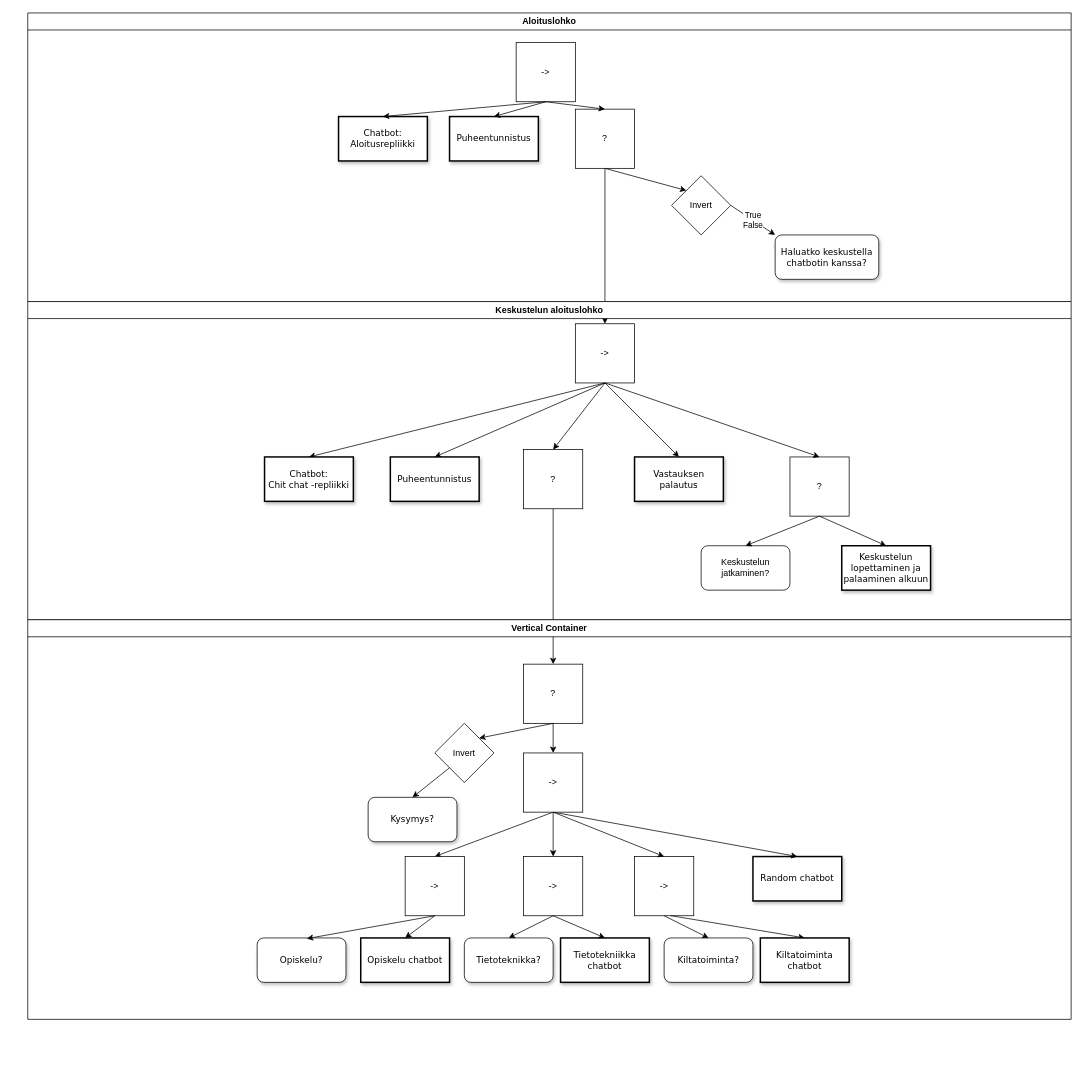
Before: Behavior_tree.drawio in ouspg/SOP-Robot, a draw.io diagram. Source tidied: cells renumbered, new cells numbered last; positions are measured from the earlier drawing's top-left corner, leaving out a move shared by most shapes. Both pictures are drawn from the tidied source at 74%, with x=0, y=0 at pixel (27, 13).
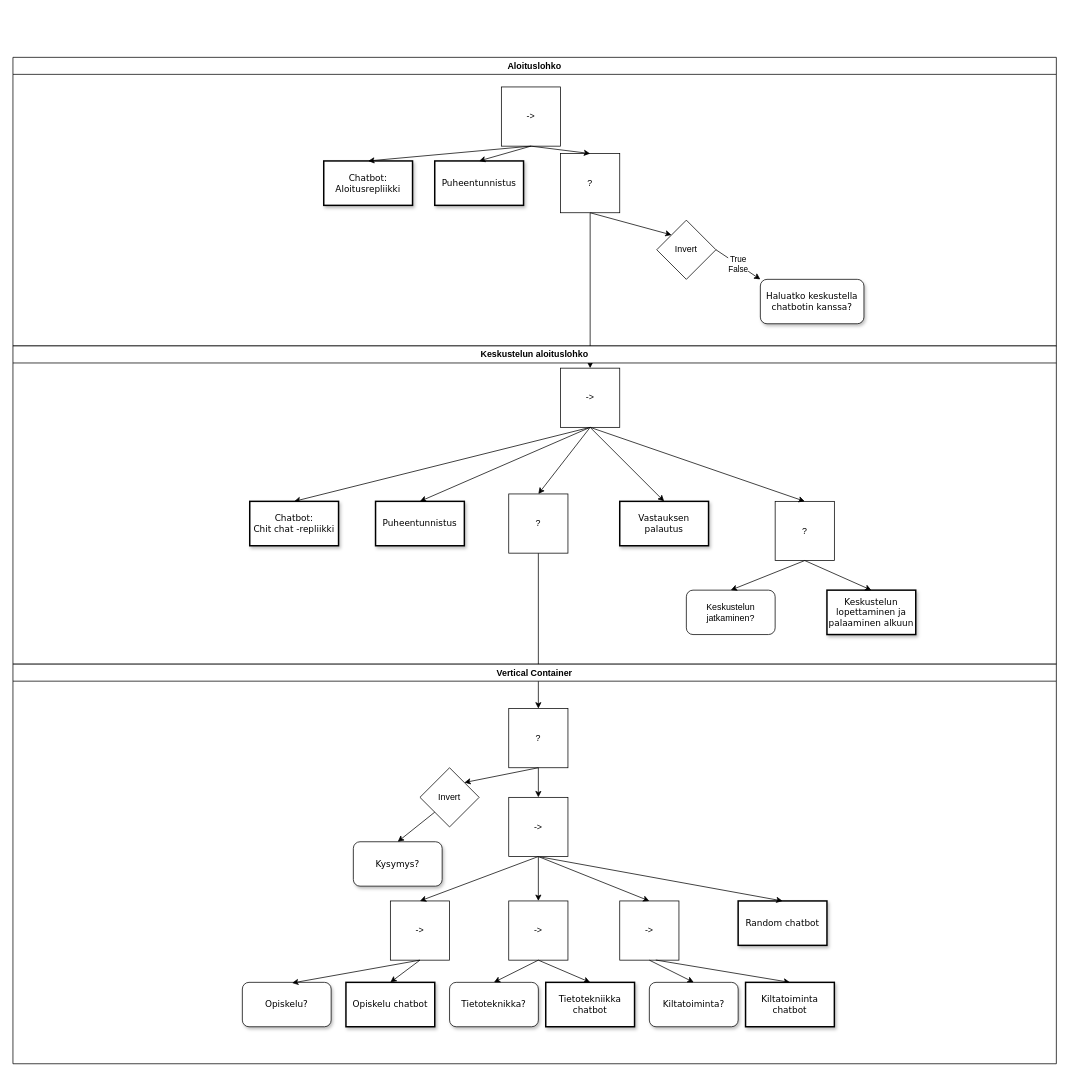
The same page after the edit.

Unchanged cells that the change refers to:
```xml
<mxCell id="42" value="?" style="whiteSpace=wrap;html=1;" parent="39" vertex="1">
  <mxGeometry x="740" y="130" width="80" height="80" as="geometry" />
</mxCell>
<mxCell id="55" value="&lt;span&gt;Puheentunnistus&lt;/span&gt;" style="whiteSpace=wrap;html=1;rounded=0;shadow=1;labelBackgroundColor=none;strokeWidth=2;fontFamily=Verdana;fontSize=12;align=center;" parent="54" vertex="1">
  <mxGeometry x="490" y="210" width="120" height="60" as="geometry" />
</mxCell>
<mxCell id="56" value="?" style="whiteSpace=wrap;html=1;" parent="54" vertex="1">
  <mxGeometry x="670" y="200" width="80" height="80" as="geometry" />
</mxCell>
<mxCell id="57" value="&lt;span&gt;Vastauksen palautus&lt;/span&gt;" style="whiteSpace=wrap;html=1;rounded=0;shadow=1;labelBackgroundColor=none;strokeWidth=2;fontFamily=Verdana;fontSize=12;align=center;" parent="54" vertex="1">
  <mxGeometry x="820" y="210" width="120" height="60" as="geometry" />
</mxCell>
<mxCell id="58" value="Chatbot:&lt;br&gt;Chit chat -repliikki" style="whiteSpace=wrap;html=1;rounded=0;shadow=1;labelBackgroundColor=none;strokeWidth=2;fontFamily=Verdana;fontSize=12;align=center;" parent="54" vertex="1">
  <mxGeometry x="320" y="210" width="120" height="60" as="geometry" />
</mxCell>
```

Diff of the diagram source:
```diff
@@
+    <mxCell id="60" style="group;" parent="1" vertex="1">
+      <mxGeometry x="-20" y="60" width="1410" height="1360" as="geometry" />
+    </mxCell>
-    <mxCell id="2" value="-&amp;gt;" style="whiteSpace=wrap;html=1;" parent="1" vertex="1">
+    <mxCell id="2" value="-&amp;gt;" style="whiteSpace=wrap;html=1;" parent="60" vertex="1">
       <mxGeometry x="740" y="420" width="80" height="80" as="geometry" />
     </mxCell>
-    <mxCell id="3" value="Kysymys?" style="whiteSpace=wrap;html=1;rounded=1;shadow=1;labelBackgroundColor=none;strokeWidth=1;fontFamily=Verdana;fontSize=12;align=center;" parent="1" vertex="1">
+    <mxCell id="3" value="Kysymys?" style="whiteSpace=wrap;html=1;rounded=1;shadow=1;labelBackgroundColor=none;strokeWidth=1;fontFamily=Verdana;fontSize=12;align=center;" parent="60" vertex="1">
       <mxGeometry x="460" y="1060" width="120" height="60" as="geometry" />
     </mxCell>
-    <mxCell id="4" style="endArrow=classic;html=1;rounded=0;entryX=0.5;entryY=0;entryDx=0;entryDy=0;exitX=0.5;exitY=1;exitDx=0;exitDy=0;" parent="1" edge="1" source="33" target="8">
-      <mxGeometry relative="1" as="geometry" />
-    </mxCell>
-    <mxCell id="5" value="&lt;span&gt;Opiskelu?&lt;/span&gt;" style="whiteSpace=wrap;html=1;rounded=1;shadow=1;labelBackgroundColor=none;strokeWidth=1;fontFamily=Verdana;fontSize=12;align=center;" parent="1" vertex="1">
+    <mxCell id="5" value="&lt;span&gt;Opiskelu?&lt;/span&gt;" style="whiteSpace=wrap;html=1;rounded=1;shadow=1;labelBackgroundColor=none;strokeWidth=1;fontFamily=Verdana;fontSize=12;align=center;" parent="60" vertex="1">
       <mxGeometry x="310" y="1250" width="120" height="60" as="geometry" />
     </mxCell>
-    <mxCell id="6" value="&lt;span&gt;Tietoteknikka?&lt;/span&gt;" style="whiteSpace=wrap;html=1;rounded=1;shadow=1;labelBackgroundColor=none;strokeWidth=1;fontFamily=Verdana;fontSize=12;align=center;" parent="1" vertex="1">
+    <mxCell id="6" value="&lt;span&gt;Tietoteknikka?&lt;/span&gt;" style="whiteSpace=wrap;html=1;rounded=1;shadow=1;labelBackgroundColor=none;strokeWidth=1;fontFamily=Verdana;fontSize=12;align=center;" parent="60" vertex="1">
       <mxGeometry x="590" y="1250" width="120" height="60" as="geometry" />
     </mxCell>
-    <mxCell id="7" value="&lt;span&gt;Kiltatoiminta?&lt;/span&gt;" style="whiteSpace=wrap;html=1;rounded=1;shadow=1;labelBackgroundColor=none;strokeWidth=1;fontFamily=Verdana;fontSize=12;align=center;" parent="1" vertex="1">
+    <mxCell id="7" value="&lt;span&gt;Kiltatoiminta?&lt;/span&gt;" style="whiteSpace=wrap;html=1;rounded=1;shadow=1;labelBackgroundColor=none;strokeWidth=1;fontFamily=Verdana;fontSize=12;align=center;" parent="60" vertex="1">
       <mxGeometry x="860" y="1250" width="120" height="60" as="geometry" />
     </mxCell>
-    <mxCell id="8" value="-&amp;gt;" style="whiteSpace=wrap;html=1;" parent="1" vertex="1">
+    <mxCell id="8" value="-&amp;gt;" style="whiteSpace=wrap;html=1;" parent="60" vertex="1">
       <mxGeometry x="510" y="1140" width="80" height="80" as="geometry" />
     </mxCell>
-    <mxCell id="9" style="endArrow=classic;html=1;rounded=0;entryX=0.56;entryY=0.015;entryDx=0;entryDy=0;entryPerimeter=0;exitX=0.5;exitY=1;exitDx=0;exitDy=0;" parent="1" edge="1" source="8" target="5">
+    <mxCell id="9" style="endArrow=classic;html=1;rounded=0;entryX=0.56;entryY=0.015;entryDx=0;entryDy=0;entryPerimeter=0;exitX=0.5;exitY=1;exitDx=0;exitDy=0;" parent="60" edge="1" source="8" target="5">
       <mxGeometry relative="1" as="geometry" />
     </mxCell>
-    <mxCell id="10" value="Opiskelu chatbot" style="whiteSpace=wrap;html=1;rounded=0;shadow=1;labelBackgroundColor=none;strokeWidth=2;fontFamily=Verdana;fontSize=12;align=center;" parent="1" vertex="1">
+    <mxCell id="10" value="Opiskelu chatbot" style="whiteSpace=wrap;html=1;rounded=0;shadow=1;labelBackgroundColor=none;strokeWidth=2;fontFamily=Verdana;fontSize=12;align=center;" parent="60" vertex="1">
       <mxGeometry x="450" y="1250" width="120" height="60" as="geometry" />
     </mxCell>
-    <mxCell id="11" style="endArrow=classic;html=1;rounded=0;entryX=0.5;entryY=0;entryDx=0;entryDy=0;exitX=0.5;exitY=1;exitDx=0;exitDy=0;" parent="1" edge="1" source="8" target="10">
+    <mxCell id="11" style="endArrow=classic;html=1;rounded=0;entryX=0.5;entryY=0;entryDx=0;entryDy=0;exitX=0.5;exitY=1;exitDx=0;exitDy=0;" parent="60" edge="1" source="8" target="10">
       <mxGeometry relative="1" as="geometry" />
     </mxCell>
-    <mxCell id="12" value="-&amp;gt;" style="whiteSpace=wrap;html=1;" parent="1" vertex="1">
+    <mxCell id="12" value="-&amp;gt;" style="whiteSpace=wrap;html=1;" parent="60" vertex="1">
       <mxGeometry x="670" y="1140" width="80" height="80" as="geometry" />
     </mxCell>
-    <mxCell id="13" style="endArrow=classic;html=1;rounded=0;entryX=0.5;entryY=0;entryDx=0;entryDy=0;exitX=0.5;exitY=1;exitDx=0;exitDy=0;" parent="1" edge="1" source="12" target="6">
+    <mxCell id="13" style="endArrow=classic;html=1;rounded=0;entryX=0.5;entryY=0;entryDx=0;entryDy=0;exitX=0.5;exitY=1;exitDx=0;exitDy=0;" parent="60" edge="1" source="12" target="6">
       <mxGeometry relative="1" as="geometry" />
     </mxCell>
-    <mxCell id="14" value="Tietotekniikka chatbot" style="whiteSpace=wrap;html=1;rounded=0;shadow=1;labelBackgroundColor=none;strokeWidth=2;fontFamily=Verdana;fontSize=12;align=center;" parent="1" vertex="1">
+    <mxCell id="14" value="Tietotekniikka chatbot" style="whiteSpace=wrap;html=1;rounded=0;shadow=1;labelBackgroundColor=none;strokeWidth=2;fontFamily=Verdana;fontSize=12;align=center;" parent="60" vertex="1">
       <mxGeometry x="720" y="1250" width="120" height="60" as="geometry" />
     </mxCell>
-    <mxCell id="15" style="endArrow=classic;html=1;rounded=0;entryX=0.5;entryY=0;entryDx=0;entryDy=0;" parent="1" edge="1" target="14">
+    <mxCell id="15" style="endArrow=classic;html=1;rounded=0;entryX=0.5;entryY=0;entryDx=0;entryDy=0;" parent="60" edge="1" target="14">
       <mxGeometry relative="1" as="geometry">
         <mxPoint x="710" y="1220" as="sourcePoint" />
       </mxGeometry>
     </mxCell>
-    <mxCell id="16" style="endArrow=classic;html=1;rounded=0;exitX=0.5;exitY=1;exitDx=0;exitDy=0;entryX=0.5;entryY=0;entryDx=0;entryDy=0;" parent="1" edge="1" source="33" target="12">
+    <mxCell id="16" style="endArrow=classic;html=1;rounded=0;exitX=0.5;exitY=1;exitDx=0;exitDy=0;entryX=0.5;entryY=0;entryDx=0;entryDy=0;" parent="60" edge="1" source="33" target="12">
       <mxGeometry relative="1" as="geometry" />
     </mxCell>
-    <mxCell id="17" value="-&amp;gt;" style="whiteSpace=wrap;html=1;" parent="1" vertex="1">
+    <mxCell id="17" value="-&amp;gt;" style="whiteSpace=wrap;html=1;" parent="60" vertex="1">
       <mxGeometry x="820" y="1140" width="80" height="80" as="geometry" />
     </mxCell>
-    <mxCell id="18" style="endArrow=classic;html=1;rounded=0;entryX=0.5;entryY=0;entryDx=0;entryDy=0;exitX=0.5;exitY=1;exitDx=0;exitDy=0;" parent="1" edge="1" source="33" target="17">
+    <mxCell id="18" style="endArrow=classic;html=1;rounded=0;entryX=0.5;entryY=0;entryDx=0;entryDy=0;exitX=0.5;exitY=1;exitDx=0;exitDy=0;" parent="60" edge="1" source="33" target="17">
       <mxGeometry relative="1" as="geometry" />
     </mxCell>
-    <mxCell id="19" style="endArrow=classic;html=1;rounded=0;exitX=0.5;exitY=1;exitDx=0;exitDy=0;entryX=0.5;entryY=0;entryDx=0;entryDy=0;" parent="1" edge="1" source="17" target="7">
+    <mxCell id="19" style="endArrow=classic;html=1;rounded=0;exitX=0.5;exitY=1;exitDx=0;exitDy=0;entryX=0.5;entryY=0;entryDx=0;entryDy=0;" parent="60" edge="1" source="17" target="7">
       <mxGeometry relative="1" as="geometry" />
     </mxCell>
-    <mxCell id="20" style="endArrow=classic;html=1;rounded=0;exitX=0.609;exitY=0.998;exitDx=0;exitDy=0;exitPerimeter=0;entryX=0.5;entryY=0;entryDx=0;entryDy=0;" parent="1" edge="1" source="17" target="21">
+    <mxCell id="20" style="endArrow=classic;html=1;rounded=0;exitX=0.609;exitY=0.998;exitDx=0;exitDy=0;exitPerimeter=0;entryX=0.5;entryY=0;entryDx=0;entryDy=0;" parent="60" edge="1" source="17" target="21">
       <mxGeometry relative="1" as="geometry" />
     </mxCell>
-    <mxCell id="21" value="&lt;span&gt;Kiltatoiminta chatbot&lt;/span&gt;" style="whiteSpace=wrap;html=1;rounded=0;shadow=1;labelBackgroundColor=none;strokeWidth=2;fontFamily=Verdana;fontSize=12;align=center;" parent="1" vertex="1">
+    <mxCell id="21" value="&lt;span&gt;Kiltatoiminta chatbot&lt;/span&gt;" style="whiteSpace=wrap;html=1;rounded=0;shadow=1;labelBackgroundColor=none;strokeWidth=2;fontFamily=Verdana;fontSize=12;align=center;" parent="60" vertex="1">
       <mxGeometry x="990" y="1250" width="120" height="60" as="geometry" />
     </mxCell>
-    <mxCell id="22" value="&lt;span&gt;Random chatbot&lt;/span&gt;" style="whiteSpace=wrap;html=1;rounded=0;shadow=1;labelBackgroundColor=none;strokeWidth=2;fontFamily=Verdana;fontSize=12;align=center;" parent="1" vertex="1">
+    <mxCell id="22" value="&lt;span&gt;Random chatbot&lt;/span&gt;" style="whiteSpace=wrap;html=1;rounded=0;shadow=1;labelBackgroundColor=none;strokeWidth=2;fontFamily=Verdana;fontSize=12;align=center;" parent="60" vertex="1">
       <mxGeometry x="980" y="1140" width="120" height="60" as="geometry" />
     </mxCell>
-    <mxCell id="23" style="endArrow=classic;html=1;rounded=0;exitX=0.5;exitY=1;exitDx=0;exitDy=0;entryX=0.5;entryY=0;entryDx=0;entryDy=0;" parent="1" edge="1" source="33" target="22">
+    <mxCell id="23" style="endArrow=classic;html=1;rounded=0;exitX=0.5;exitY=1;exitDx=0;exitDy=0;entryX=0.5;entryY=0;entryDx=0;entryDy=0;" parent="60" edge="1" source="33" target="22">
       <mxGeometry relative="1" as="geometry" />
     </mxCell>
-    <mxCell id="24" style="endArrow=classic;html=1;rounded=0;entryX=0.5;entryY=0;entryDx=0;entryDy=0;exitX=0.5;exitY=1;exitDx=0;exitDy=0;" parent="1" edge="1" source="2" target="55">
+    <mxCell id="24" style="endArrow=classic;html=1;rounded=0;entryX=0.5;entryY=0;entryDx=0;entryDy=0;exitX=0.5;exitY=1;exitDx=0;exitDy=0;" parent="60" edge="1" source="2" target="55">
       <mxGeometry relative="1" as="geometry" />
     </mxCell>
-    <mxCell id="25" style="endArrow=classic;html=1;rounded=0;entryX=0.5;entryY=0;entryDx=0;entryDy=0;exitX=0.5;exitY=1;exitDx=0;exitDy=0;" parent="1" edge="1" source="2" target="56">
+    <mxCell id="25" style="endArrow=classic;html=1;rounded=0;entryX=0.5;entryY=0;entryDx=0;entryDy=0;exitX=0.5;exitY=1;exitDx=0;exitDy=0;" parent="60" edge="1" source="2" target="56">
       <mxGeometry relative="1" as="geometry" />
     </mxCell>
-    <mxCell id="26" style="endArrow=classic;html=1;rounded=0;exitX=0.5;exitY=1;exitDx=0;exitDy=0;entryX=0.5;entryY=0;entryDx=0;entryDy=0;" parent="1" edge="1" source="2" target="57">
+    <mxCell id="26" style="endArrow=classic;html=1;rounded=0;exitX=0.5;exitY=1;exitDx=0;exitDy=0;entryX=0.5;entryY=0;entryDx=0;entryDy=0;" parent="60" edge="1" source="2" target="57">
       <mxGeometry relative="1" as="geometry" />
     </mxCell>
-    <mxCell id="27" style="endArrow=classic;html=1;rounded=0;exitX=0.5;exitY=1;exitDx=0;exitDy=0;entryX=0.5;entryY=0;entryDx=0;entryDy=0;" parent="1" edge="1" source="42" target="2">
+    <mxCell id="27" style="endArrow=classic;html=1;rounded=0;exitX=0.5;exitY=1;exitDx=0;exitDy=0;entryX=0.5;entryY=0;entryDx=0;entryDy=0;" parent="60" edge="1" source="42" target="2">
       <mxGeometry relative="1" as="geometry" />
     </mxCell>
-    <mxCell id="28" value="?" style="whiteSpace=wrap;html=1;" parent="1" vertex="1">
+    <mxCell id="28" value="?" style="whiteSpace=wrap;html=1;" parent="60" vertex="1">
       <mxGeometry x="670" y="880" width="80" height="80" as="geometry" />
     </mxCell>
-    <mxCell id="29" style="endArrow=classic;html=1;rounded=0;entryX=0.5;entryY=0;entryDx=0;entryDy=0;exitX=0.5;exitY=1;exitDx=0;exitDy=0;" parent="1" edge="1" source="56" target="28">
+    <mxCell id="29" style="endArrow=classic;html=1;rounded=0;entryX=0.5;entryY=0;entryDx=0;entryDy=0;exitX=0.5;exitY=1;exitDx=0;exitDy=0;" parent="60" edge="1" source="56" target="28">
       <mxGeometry relative="1" as="geometry" />
     </mxCell>
-    <mxCell id="30" style="endArrow=classic;html=1;rounded=0;exitX=0.5;exitY=1;exitDx=0;exitDy=0;entryX=0;entryY=0;entryDx=0;entryDy=0;" parent="1" edge="1" source="28" target="31">
+    <mxCell id="30" style="endArrow=classic;html=1;rounded=0;exitX=0.5;exitY=1;exitDx=0;exitDy=0;entryX=0;entryY=0;entryDx=0;entryDy=0;" parent="60" edge="1" source="28" target="31">
       <mxGeometry relative="1" as="geometry" />
     </mxCell>
-    <mxCell id="31" value="Invert" style="rhombus;whiteSpace=wrap;html=1;direction=south;" parent="1" vertex="1">
+    <mxCell id="31" value="Invert" style="rhombus;whiteSpace=wrap;html=1;direction=south;" parent="60" vertex="1">
       <mxGeometry x="550" y="960" width="80" height="80" as="geometry" />
     </mxCell>
-    <mxCell id="32" style="endArrow=classic;html=1;rounded=0;exitX=1;exitY=1;exitDx=0;exitDy=0;entryX=0.5;entryY=0;entryDx=0;entryDy=0;" parent="1" edge="1" source="31" target="3">
+    <mxCell id="32" style="endArrow=classic;html=1;rounded=0;exitX=1;exitY=1;exitDx=0;exitDy=0;entryX=0.5;entryY=0;entryDx=0;entryDy=0;" parent="60" edge="1" source="31" target="3">
       <mxGeometry relative="1" as="geometry" />
     </mxCell>
-    <mxCell id="33" value="-&amp;gt;" style="whiteSpace=wrap;html=1;" parent="1" vertex="1">
+    <mxCell id="33" value="-&amp;gt;" style="whiteSpace=wrap;html=1;" parent="60" vertex="1">
       <mxGeometry x="670" y="1000" width="80" height="80" as="geometry" />
     </mxCell>
+    <mxCell id="4" style="endArrow=classic;html=1;rounded=0;entryX=0.5;entryY=0;entryDx=0;entryDy=0;exitX=0.5;exitY=1;exitDx=0;exitDy=0;" parent="60" edge="1" source="33" target="8">
+      <mxGeometry relative="1" as="geometry" />
+    </mxCell>
-    <mxCell id="34" style="endArrow=classic;html=1;rounded=0;entryX=0.5;entryY=0;entryDx=0;entryDy=0;exitX=0.5;exitY=1;exitDx=0;exitDy=0;" parent="1" edge="1" source="28" target="33">
+    <mxCell id="34" style="endArrow=classic;html=1;rounded=0;entryX=0.5;entryY=0;entryDx=0;entryDy=0;exitX=0.5;exitY=1;exitDx=0;exitDy=0;" parent="60" edge="1" source="28" target="33">
       <mxGeometry relative="1" as="geometry" />
     </mxCell>
-    <mxCell id="35" style="endArrow=classic;html=1;rounded=0;entryX=0.5;entryY=0;entryDx=0;entryDy=0;exitX=0.5;exitY=1;exitDx=0;exitDy=0;" parent="1" edge="1" source="2" target="58">
+    <mxCell id="35" style="endArrow=classic;html=1;rounded=0;entryX=0.5;entryY=0;entryDx=0;entryDy=0;exitX=0.5;exitY=1;exitDx=0;exitDy=0;" parent="60" edge="1" source="2" target="58">
       <mxGeometry relative="1" as="geometry" />
     </mxCell>
-    <mxCell id="36" value="?" style="whiteSpace=wrap;html=1;" parent="1" vertex="1">
+    <mxCell id="36" value="?" style="whiteSpace=wrap;html=1;" parent="60" vertex="1">
       <mxGeometry x="1030" y="600" width="80" height="80" as="geometry" />
     </mxCell>
-    <mxCell id="37" style="endArrow=classic;html=1;rounded=0;entryX=0.5;entryY=0;entryDx=0;entryDy=0;exitX=0.5;exitY=1;exitDx=0;exitDy=0;" parent="1" edge="1" source="2" target="36">
+    <mxCell id="37" style="endArrow=classic;html=1;rounded=0;entryX=0.5;entryY=0;entryDx=0;entryDy=0;exitX=0.5;exitY=1;exitDx=0;exitDy=0;" parent="60" edge="1" source="2" target="36">
       <mxGeometry relative="1" as="geometry" />
     </mxCell>
-    <mxCell id="38" value="Keskustelun jatkaminen?" style="rounded=1;whiteSpace=wrap;html=1;" parent="1" vertex="1">
+    <mxCell id="38" value="Keskustelun jatkaminen?" style="rounded=1;whiteSpace=wrap;html=1;" parent="60" vertex="1">
       <mxGeometry x="910" y="720" width="120" height="60" as="geometry" />
     </mxCell>
-    <mxCell id="39" value="Aloituslohko" style="swimlane;whiteSpace=wrap;html=1;" parent="1" vertex="1">
+    <mxCell id="39" value="Aloituslohko" style="swimlane;whiteSpace=wrap;html=1;" parent="60" vertex="1">
       <mxGeometry width="1410" height="390" as="geometry" />
     </mxCell>
@@
-    <mxCell id="51" style="endArrow=classic;html=1;rounded=0;entryX=0.5;entryY=0;entryDx=0;entryDy=0;exitX=0.5;exitY=1;exitDx=0;exitDy=0;" parent="1" edge="1" source="36" target="38">
+    <mxCell id="51" style="endArrow=classic;html=1;rounded=0;entryX=0.5;entryY=0;entryDx=0;entryDy=0;exitX=0.5;exitY=1;exitDx=0;exitDy=0;" parent="60" edge="1" source="36" target="38">
       <mxGeometry relative="1" as="geometry" />
     </mxCell>
-    <mxCell id="52" value="&lt;span&gt;Keskustelun lopettaminen ja palaaminen alkuun&lt;/span&gt;" style="whiteSpace=wrap;html=1;rounded=0;shadow=1;labelBackgroundColor=none;strokeWidth=2;fontFamily=Verdana;fontSize=12;align=center;" parent="1" vertex="1">
+    <mxCell id="52" value="&lt;span&gt;Keskustelun lopettaminen ja palaaminen alkuun&lt;/span&gt;" style="whiteSpace=wrap;html=1;rounded=0;shadow=1;labelBackgroundColor=none;strokeWidth=2;fontFamily=Verdana;fontSize=12;align=center;" parent="60" vertex="1">
       <mxGeometry x="1100" y="720" width="120" height="60" as="geometry" />
     </mxCell>
-    <mxCell id="53" style="endArrow=classic;html=1;rounded=0;entryX=0.5;entryY=0;entryDx=0;entryDy=0;exitX=0.5;exitY=1;exitDx=0;exitDy=0;" parent="1" edge="1" source="36" target="52">
+    <mxCell id="53" style="endArrow=classic;html=1;rounded=0;entryX=0.5;entryY=0;entryDx=0;entryDy=0;exitX=0.5;exitY=1;exitDx=0;exitDy=0;" parent="60" edge="1" source="36" target="52">
       <mxGeometry relative="1" as="geometry" />
     </mxCell>
-    <mxCell id="54" value="Keskustelun aloituslohko" style="swimlane;whiteSpace=wrap;html=1;" parent="1" vertex="1">
+    <mxCell id="54" value="Keskustelun aloituslohko" style="swimlane;whiteSpace=wrap;html=1;" parent="60" vertex="1">
       <mxGeometry y="390" width="1410" height="430" as="geometry" />
     </mxCell>
@@
-    <mxCell id="59" value="Vertical Container" style="swimlane;whiteSpace=wrap;html=1;" parent="1" vertex="1">
+    <mxCell id="59" value="Vertical Container" style="swimlane;whiteSpace=wrap;html=1;" parent="60" vertex="1">
       <mxGeometry y="820" width="1410" height="540" as="geometry" />
     </mxCell>
```
